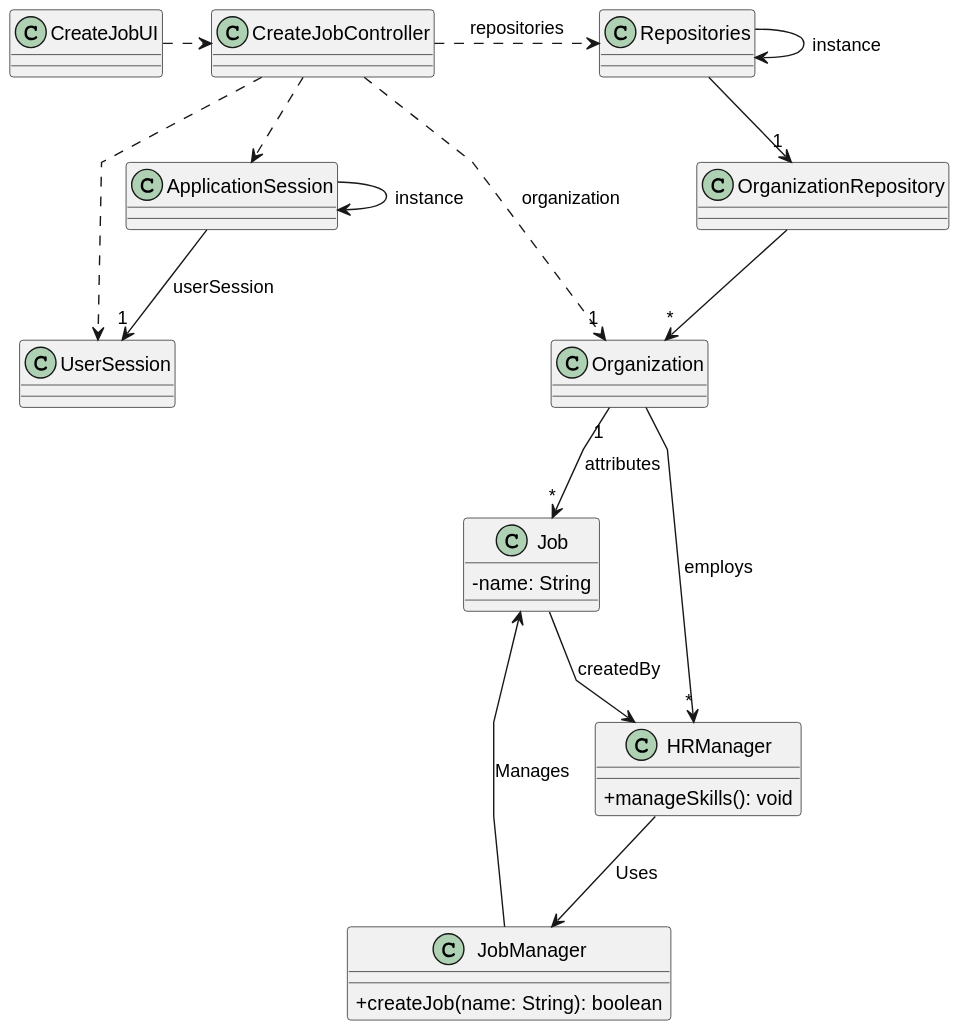
tiagosoa/lei-24-s2-1dgh-g073 keeps this PlantUML diagram as docs/sprint2/us002/03.design/svg/us002-class-diagram.svg. Above is the earlier version. The source it was exported from:
```plantuml
@startuml
skinparam packageStyle rectangle
skinparam shadowing false
skinparam linetype polyline

skinparam classAttributeIconSize 0


class Job {
    - name: String
}

class JobManager {
    + createJob(name: String): boolean
}

class HRManager {
    + manageSkills(): void
}

JobManager --> Job: Manages
HRManager --> JobManager: Uses


Repositories -> Repositories : instance
ApplicationSession -> ApplicationSession : instance

CreateJobUI .> CreateJobController

CreateJobController .> Repositories : repositories

Repositories --> "1" OrganizationRepository

OrganizationRepository --> "*" Organization
ApplicationSession --> "1" UserSession : userSession

CreateJobController ..> "1" Organization : organization
CreateJobController ..> ApplicationSession
CreateJobController ..> UserSession
Organization "1" --> "*" Job : attributes
Job --> HRManager : createdBy

Organization --> "*" HRManager : employs
@enduml
```
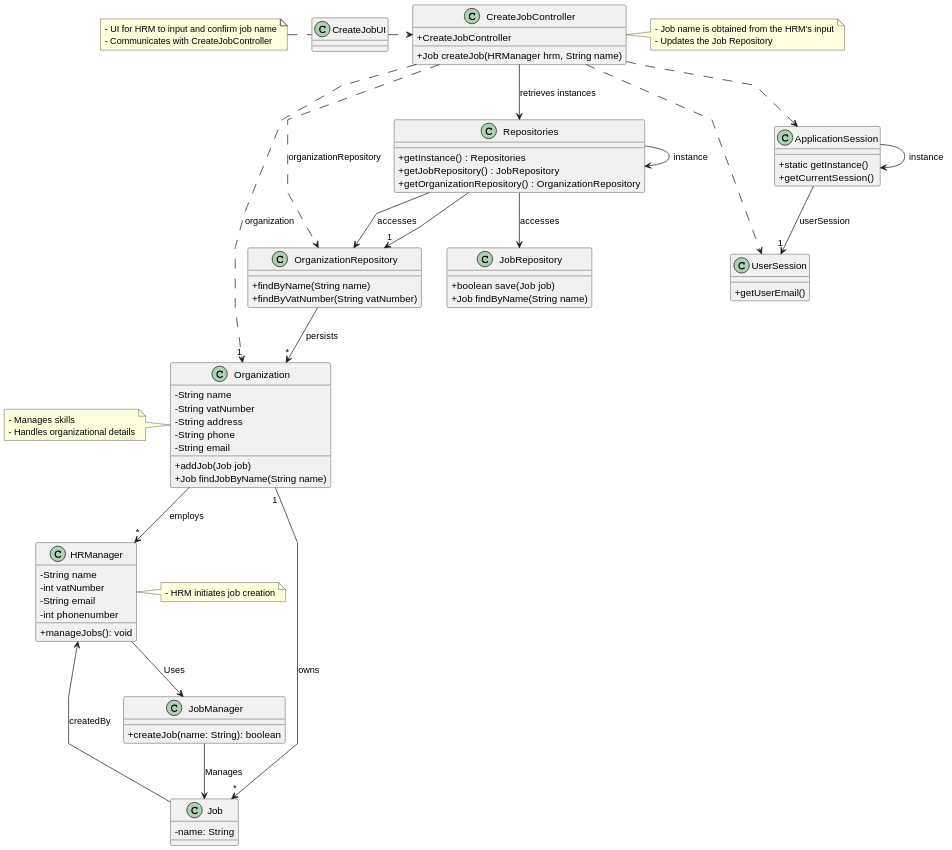
After the commit.

What changed in the source:
```diff
@@ -5,6 +5,17 @@
 
 skinparam classAttributeIconSize 0
 
+
+class ApplicationSession
+{
+    + static getInstance()
+    + getCurrentSession()
+}
+
+class UserSession
+{
+    + getUserEmail()
+}
 
 class Job {
     - name: String
@@ -14,30 +25,92 @@
     + createJob(name: String): boolean
 }
 
+class JobRepository {
+  + boolean save(Job job)
+  + Job findByName(String name)
+}
+
+class Organization {
+  - String name
+  - String vatNumber
+  - String address
+  - String phone
+  - String email
+  + addJob(Job job)
+  + Job findJobByName(String name)
+}
+
+class OrganizationRepository {
+  + findByName(String name)
+  + findByVatNumber(String vatNumber)
+}
+
+class Repositories {
+  + getInstance() : Repositories
+  + getJobRepository() : JobRepository
+  + getOrganizationRepository() : OrganizationRepository
+}
+
+class CreateJobController {
+  + CreateJobController
+  + Job createJob(HRManager hrm, String name)
+}
+
+class CreateJobUI {
+
+}
+
 class HRManager {
-    + manageSkills(): void
+   - String name
+   - int vatNumber
+   - String email
+   - int phonenumber
+    + manageJobs(): void
 }
 
 JobManager --> Job: Manages
 HRManager --> JobManager: Uses
 
+note right of CreateJobController
+  - Job name is obtained from the HRM's input
+  - Updates the Job Repository
+end note
+
+note right of HRManager
+  - HRM initiates job creation
+end note
+
+note left of CreateJobUI
+  - UI for HRM to input and confirm job name
+  - Communicates with CreateJobController
+end note
+
+note left of Organization
+  - Manages skills
+  - Handles organizational details
+end note
 
 Repositories -> Repositories : instance
 ApplicationSession -> ApplicationSession : instance
 
 CreateJobUI .> CreateJobController
 
-CreateJobController .> Repositories : repositories
+CreateJobController -down-> Repositories : retrieves instances
+
+Repositories -down-> JobRepository : accesses
+Repositories -down-> OrganizationRepository : accesses
+
+CreateJobController ..> OrganizationRepository : organizationRepository
 
 Repositories --> "1" OrganizationRepository
 
-OrganizationRepository --> "*" Organization
+OrganizationRepository --> "*" Organization : persists
 ApplicationSession --> "1" UserSession : userSession
 
 CreateJobController ..> "1" Organization : organization
 CreateJobController ..> ApplicationSession
 CreateJobController ..> UserSession
-Organization "1" --> "*" Job : attributes
+Organization "1" --> "*" Job : owns
 Job --> HRManager : createdBy
 
 Organization --> "*" HRManager : employs
```
